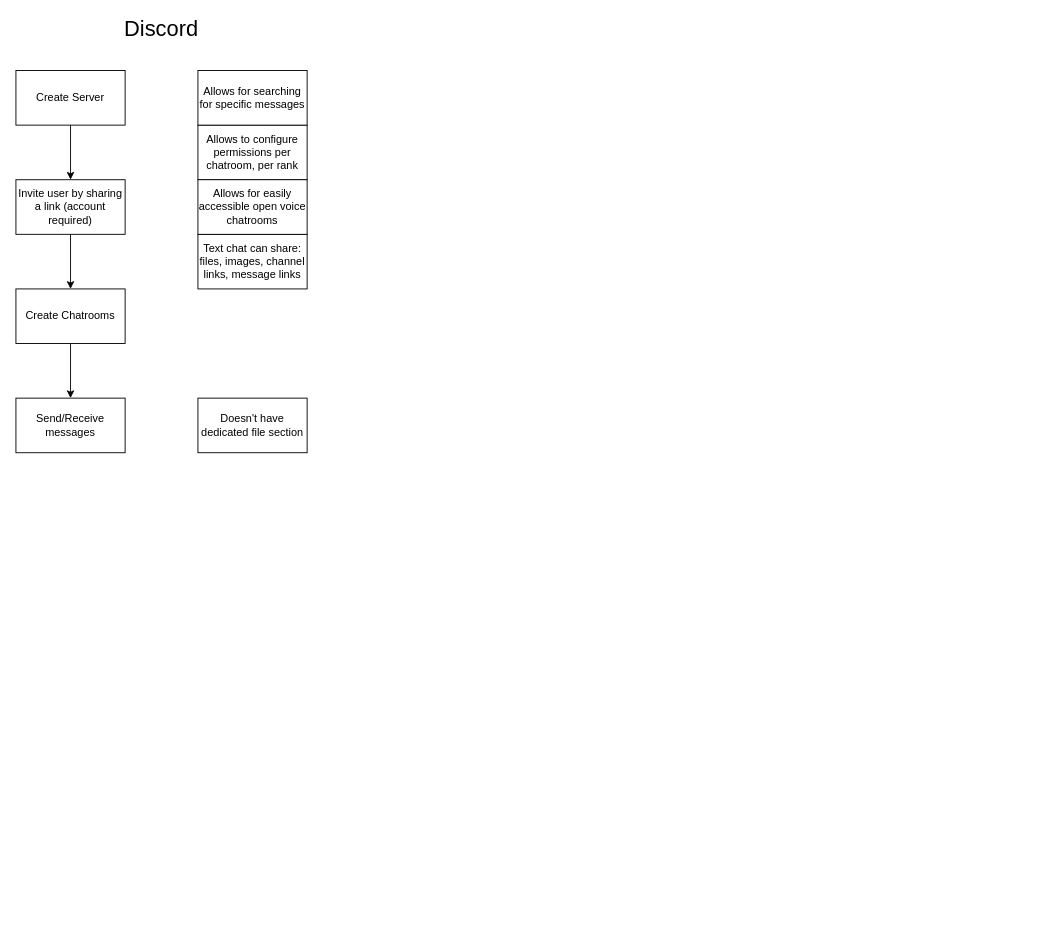
Above: internship_s8/chat_flow_diagrams.drawio in Gryfin123/diagrams_with_no_context (draw.io), before the change. Source tidied: cells renumbered, new cells numbered last; positions are measured from the earlier drawing's top-left corner, leaving out a move shared by most shapes. Both pictures are drawn from the tidied source at 91%, with x=0, y=0 at pixel (15, 15).
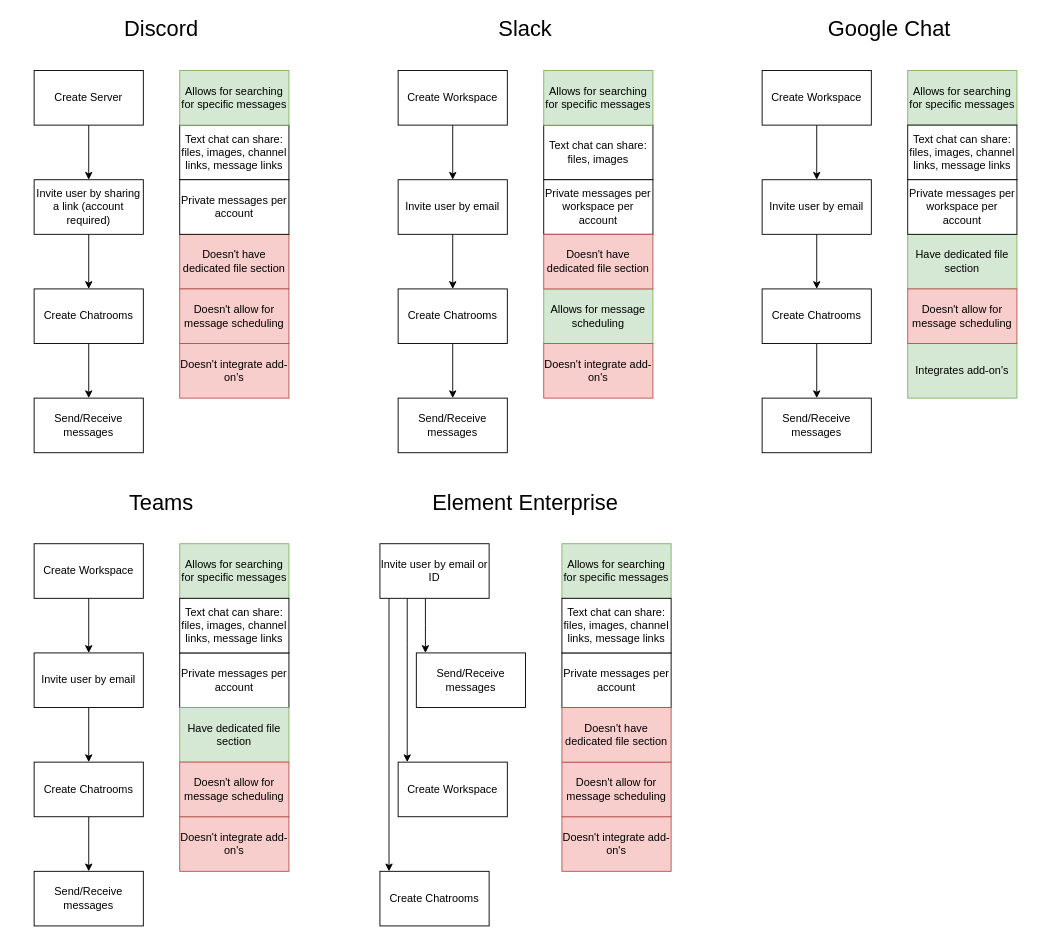
The same diagram, later.

Diff of the diagram source:
```diff
@@
     <mxCell id="3" value="Create Server" style="rounded=0;whiteSpace=wrap;html=1;" parent="1" vertex="1">
-      <mxGeometry y="60" width="120" height="60" as="geometry" />
+      <mxGeometry x="20" y="60" width="120" height="60" as="geometry" />
     </mxCell>
@@
     <mxCell id="6" value="Invite user by sharing a link (account required)" style="rounded=0;whiteSpace=wrap;html=1;" parent="1" vertex="1">
-      <mxGeometry y="180" width="120" height="60" as="geometry" />
+      <mxGeometry x="20" y="180" width="120" height="60" as="geometry" />
     </mxCell>
@@
     <mxCell id="8" value="Create Chatrooms" style="rounded=0;whiteSpace=wrap;html=1;" parent="1" vertex="1">
-      <mxGeometry y="300" width="120" height="60" as="geometry" />
+      <mxGeometry x="20" y="300" width="120" height="60" as="geometry" />
     </mxCell>
     <mxCell id="9" value="Send/Receive messages" style="rounded=0;whiteSpace=wrap;html=1;" parent="1" vertex="1">
-      <mxGeometry y="420" width="120" height="60" as="geometry" />
+      <mxGeometry x="20" y="420" width="120" height="60" as="geometry" />
     </mxCell>
-    <mxCell id="10" value="Allows to configure permissions per chatroom, per rank" style="rounded=0;whiteSpace=wrap;html=1;" parent="1" vertex="1">
-      <mxGeometry x="200" y="120" width="120" height="60" as="geometry" />
-    </mxCell>
     <mxCell id="11" value="Text chat can share: files, images, channel links, message links" style="rounded=0;whiteSpace=wrap;html=1;" parent="1" vertex="1">
-      <mxGeometry x="200" y="240" width="120" height="60" as="geometry" />
+      <mxGeometry x="180" y="120" width="120" height="60" as="geometry" />
     </mxCell>
-    <mxCell id="12" value="Allows for easily accessible open voice chatrooms" style="rounded=0;whiteSpace=wrap;html=1;" parent="1" vertex="1">
-      <mxGeometry x="200" y="180" width="120" height="60" as="geometry" />
-    </mxCell>
-    <mxCell id="13" value="Allows for searching for specific messages" style="rounded=0;whiteSpace=wrap;html=1;" parent="1" vertex="1">
-      <mxGeometry x="200" y="60" width="120" height="60" as="geometry" />
+    <mxCell id="13" value="Allows for searching for specific messages" style="rounded=0;whiteSpace=wrap;html=1;fillColor=#d5e8d4;strokeColor=#82b366;" parent="1" vertex="1">
+      <mxGeometry x="180" y="60" width="120" height="60" as="geometry" />
     </mxCell>
-    <mxCell id="14" value="Doesn't have dedicated file section" style="rounded=0;whiteSpace=wrap;html=1;" parent="1" vertex="1">
-      <mxGeometry x="200" y="420" width="120" height="60" as="geometry" />
+    <mxCell id="14" value="Doesn't have dedicated file section" style="rounded=0;whiteSpace=wrap;html=1;fillColor=#f8cecc;strokeColor=#b85450;" parent="1" vertex="1">
+      <mxGeometry x="180" y="240" width="120" height="60" as="geometry" />
     </mxCell>
+    <mxCell id="15" value="&lt;font style=&quot;font-size: 24px;&quot;&gt;Slack&lt;br&gt;&lt;/font&gt;" style="text;html=1;align=center;verticalAlign=middle;whiteSpace=wrap;rounded=0;" parent="1" vertex="1">
+      <mxGeometry x="530" width="60" height="30" as="geometry" />
+    </mxCell>
+    <mxCell id="16" style="edgeStyle=orthogonalEdgeStyle;rounded=0;jettySize=auto;html=1;" parent="1" edge="1" source="17" target="19">
+      <mxGeometry relative="1" as="geometry" />
+    </mxCell>
+    <mxCell id="17" value="Create Workspace" style="rounded=0;whiteSpace=wrap;html=1;" parent="1" vertex="1">
+      <mxGeometry x="420" y="60" width="120" height="60" as="geometry" />
+    </mxCell>
+    <mxCell id="18" style="edgeStyle=orthogonalEdgeStyle;rounded=0;jettySize=auto;html=1;" parent="1" edge="1" source="19" target="21">
+      <mxGeometry relative="1" as="geometry" />
+    </mxCell>
+    <mxCell id="19" value="Invite user by email" style="rounded=0;whiteSpace=wrap;html=1;" parent="1" vertex="1">
+      <mxGeometry x="420" y="180" width="120" height="60" as="geometry" />
+    </mxCell>
+    <mxCell id="20" style="edgeStyle=orthogonalEdgeStyle;rounded=0;jettySize=auto;html=1;" parent="1" edge="1" source="21" target="22">
+      <mxGeometry relative="1" as="geometry" />
+    </mxCell>
+    <mxCell id="21" value="Create Chatrooms" style="rounded=0;whiteSpace=wrap;html=1;" parent="1" vertex="1">
+      <mxGeometry x="420" y="300" width="120" height="60" as="geometry" />
+    </mxCell>
+    <mxCell id="22" value="Send/Receive messages" style="rounded=0;whiteSpace=wrap;html=1;" parent="1" vertex="1">
+      <mxGeometry x="420" y="420" width="120" height="60" as="geometry" />
+    </mxCell>
+    <mxCell id="23" value="Private messages per account" style="rounded=0;whiteSpace=wrap;html=1;" parent="1" vertex="1">
+      <mxGeometry x="180" y="180" width="120" height="60" as="geometry" />
+    </mxCell>
+    <mxCell id="24" value="Text chat can share: files, images" style="rounded=0;whiteSpace=wrap;html=1;" parent="1" vertex="1">
+      <mxGeometry x="580" y="120" width="120" height="60" as="geometry" />
+    </mxCell>
+    <mxCell id="25" value="Allows for searching for specific messages" style="rounded=0;whiteSpace=wrap;html=1;fillColor=#d5e8d4;strokeColor=#82b366;" parent="1" vertex="1">
+      <mxGeometry x="580" y="60" width="120" height="60" as="geometry" />
+    </mxCell>
+    <mxCell id="26" value="Private messages per workspace per account" style="rounded=0;whiteSpace=wrap;html=1;" parent="1" vertex="1">
+      <mxGeometry x="580" y="180" width="120" height="60" as="geometry" />
+    </mxCell>
+    <mxCell id="27" value="Allows for message scheduling" style="rounded=0;whiteSpace=wrap;html=1;fillColor=#d5e8d4;strokeColor=#82b366;" parent="1" vertex="1">
+      <mxGeometry x="580" y="300" width="120" height="60" as="geometry" />
+    </mxCell>
+    <mxCell id="28" value="Doesn't have dedicated file section" style="rounded=0;whiteSpace=wrap;html=1;fillColor=#f8cecc;strokeColor=#b85450;" parent="1" vertex="1">
+      <mxGeometry x="580" y="240" width="120" height="60" as="geometry" />
+    </mxCell>
+    <mxCell id="29" value="&lt;font style=&quot;font-size: 24px;&quot;&gt;Google Chat&lt;br&gt;&lt;/font&gt;" style="text;html=1;align=center;verticalAlign=middle;whiteSpace=wrap;rounded=0;" parent="1" vertex="1">
+      <mxGeometry x="800" width="320" height="30" as="geometry" />
+    </mxCell>
+    <mxCell id="30" style="edgeStyle=orthogonalEdgeStyle;rounded=0;jettySize=auto;html=1;" parent="1" edge="1" source="31" target="33">
+      <mxGeometry relative="1" as="geometry" />
+    </mxCell>
+    <mxCell id="31" value="Create Workspace" style="rounded=0;whiteSpace=wrap;html=1;" parent="1" vertex="1">
+      <mxGeometry x="820" y="60" width="120" height="60" as="geometry" />
+    </mxCell>
+    <mxCell id="32" style="edgeStyle=orthogonalEdgeStyle;rounded=0;jettySize=auto;html=1;" parent="1" edge="1" source="33" target="35">
+      <mxGeometry relative="1" as="geometry" />
+    </mxCell>
+    <mxCell id="33" value="Invite user by email" style="rounded=0;whiteSpace=wrap;html=1;" parent="1" vertex="1">
+      <mxGeometry x="820" y="180" width="120" height="60" as="geometry" />
+    </mxCell>
+    <mxCell id="34" style="edgeStyle=orthogonalEdgeStyle;rounded=0;jettySize=auto;html=1;" parent="1" edge="1" source="35" target="36">
+      <mxGeometry relative="1" as="geometry" />
+    </mxCell>
+    <mxCell id="35" value="Create Chatrooms" style="rounded=0;whiteSpace=wrap;html=1;" parent="1" vertex="1">
+      <mxGeometry x="820" y="300" width="120" height="60" as="geometry" />
+    </mxCell>
+    <mxCell id="36" value="Send/Receive messages" style="rounded=0;whiteSpace=wrap;html=1;" parent="1" vertex="1">
+      <mxGeometry x="820" y="420" width="120" height="60" as="geometry" />
+    </mxCell>
+    <mxCell id="37" value="Allows for searching for specific messages" style="rounded=0;whiteSpace=wrap;html=1;fillColor=#d5e8d4;strokeColor=#82b366;" parent="1" vertex="1">
+      <mxGeometry x="980" y="60" width="120" height="60" as="geometry" />
+    </mxCell>
+    <mxCell id="38" value="Have dedicated file section" style="rounded=0;whiteSpace=wrap;html=1;fillColor=#d5e8d4;strokeColor=#82b366;" parent="1" vertex="1">
+      <mxGeometry x="980" y="240" width="120" height="60" as="geometry" />
+    </mxCell>
+    <mxCell id="39" value="Integrates add-on's" style="rounded=0;whiteSpace=wrap;html=1;fillColor=#d5e8d4;strokeColor=#82b366;" parent="1" vertex="1">
+      <mxGeometry x="980" y="360" width="120" height="60" as="geometry" />
+    </mxCell>
+    <mxCell id="40" value="&lt;font style=&quot;font-size: 24px;&quot;&gt;Teams&lt;br&gt;&lt;/font&gt;" style="text;html=1;align=center;verticalAlign=middle;whiteSpace=wrap;rounded=0;" parent="1" vertex="1">
+      <mxGeometry y="520" width="320" height="30" as="geometry" />
+    </mxCell>
+    <mxCell id="41" style="edgeStyle=orthogonalEdgeStyle;rounded=0;jettySize=auto;html=1;" parent="1" edge="1" source="42" target="44">
+      <mxGeometry relative="1" as="geometry" />
+    </mxCell>
+    <mxCell id="42" value="Create Workspace" style="rounded=0;whiteSpace=wrap;html=1;" parent="1" vertex="1">
+      <mxGeometry x="20" y="580" width="120" height="60" as="geometry" />
+    </mxCell>
+    <mxCell id="43" style="edgeStyle=orthogonalEdgeStyle;rounded=0;jettySize=auto;html=1;" parent="1" edge="1" source="44" target="46">
+      <mxGeometry relative="1" as="geometry" />
+    </mxCell>
+    <mxCell id="44" value="Invite user by email" style="rounded=0;whiteSpace=wrap;html=1;" parent="1" vertex="1">
+      <mxGeometry x="20" y="700" width="120" height="60" as="geometry" />
+    </mxCell>
+    <mxCell id="45" style="edgeStyle=orthogonalEdgeStyle;rounded=0;jettySize=auto;html=1;" parent="1" edge="1" source="46" target="47">
+      <mxGeometry relative="1" as="geometry" />
+    </mxCell>
+    <mxCell id="46" value="Create Chatrooms" style="rounded=0;whiteSpace=wrap;html=1;" parent="1" vertex="1">
+      <mxGeometry x="20" y="820" width="120" height="60" as="geometry" />
+    </mxCell>
+    <mxCell id="47" value="Send/Receive messages" style="rounded=0;whiteSpace=wrap;html=1;" parent="1" vertex="1">
+      <mxGeometry x="20" y="940" width="120" height="60" as="geometry" />
+    </mxCell>
+    <mxCell id="48" value="Allows for searching for specific messages" style="rounded=0;whiteSpace=wrap;html=1;fillColor=#d5e8d4;strokeColor=#82b366;" parent="1" vertex="1">
+      <mxGeometry x="180" y="580" width="120" height="60" as="geometry" />
+    </mxCell>
+    <mxCell id="49" value="Private messages per account" style="rounded=0;whiteSpace=wrap;html=1;" parent="1" vertex="1">
+      <mxGeometry x="180" y="700" width="120" height="60" as="geometry" />
+    </mxCell>
+    <mxCell id="50" value="Have dedicated file section" style="rounded=0;whiteSpace=wrap;html=1;fillColor=#d5e8d4;strokeColor=#82b366;" parent="1" vertex="1">
+      <mxGeometry x="180" y="760" width="120" height="60" as="geometry" />
+    </mxCell>
+    <mxCell id="51" value="Doesn't integrate&amp;nbsp;add-on's" style="rounded=0;whiteSpace=wrap;html=1;fillColor=#f8cecc;strokeColor=#b85450;" parent="1" vertex="1">
+      <mxGeometry x="180" y="880" width="120" height="60" as="geometry" />
+    </mxCell>
+    <mxCell id="52" value="Doesn't allow for message scheduling" style="rounded=0;whiteSpace=wrap;html=1;fillColor=#f8cecc;strokeColor=#b85450;" parent="1" vertex="1">
+      <mxGeometry x="180" y="300" width="120" height="60" as="geometry" />
+    </mxCell>
+    <mxCell id="53" value="Doesn't allow for message scheduling" style="rounded=0;whiteSpace=wrap;html=1;fillColor=#f8cecc;strokeColor=#b85450;" parent="1" vertex="1">
+      <mxGeometry x="980" y="300" width="120" height="60" as="geometry" />
+    </mxCell>
+    <mxCell id="54" value="Doesn't allow for message scheduling" style="rounded=0;whiteSpace=wrap;html=1;fillColor=#f8cecc;strokeColor=#b85450;" parent="1" vertex="1">
+      <mxGeometry x="180" y="820" width="120" height="60" as="geometry" />
+    </mxCell>
+    <mxCell id="55" value="Doesn't integrate&amp;nbsp;add-on's" style="rounded=0;whiteSpace=wrap;html=1;fillColor=#f8cecc;strokeColor=#b85450;" parent="1" vertex="1">
+      <mxGeometry x="580" y="360" width="120" height="60" as="geometry" />
+    </mxCell>
+    <mxCell id="56" value="Doesn't integrate&amp;nbsp;add-on's" style="rounded=0;whiteSpace=wrap;html=1;fillColor=#f8cecc;strokeColor=#b85450;" parent="1" vertex="1">
+      <mxGeometry x="180" y="360" width="120" height="60" as="geometry" />
+    </mxCell>
+    <mxCell id="57" value="Text chat can share: files, images, channel links, message links" style="rounded=0;whiteSpace=wrap;html=1;" parent="1" vertex="1">
+      <mxGeometry x="980" y="120" width="120" height="60" as="geometry" />
+    </mxCell>
+    <mxCell id="58" value="Text chat can share: files, images, channel links, message links" style="rounded=0;whiteSpace=wrap;html=1;" parent="1" vertex="1">
+      <mxGeometry x="180" y="640" width="120" height="60" as="geometry" />
+    </mxCell>
+    <mxCell id="59" value="Private messages per workspace per account" style="rounded=0;whiteSpace=wrap;html=1;" parent="1" vertex="1">
+      <mxGeometry x="980" y="180" width="120" height="60" as="geometry" />
+    </mxCell>
+    <mxCell id="60" value="&lt;font style=&quot;font-size: 24px;&quot;&gt;Element Enterprise&lt;br&gt;&lt;/font&gt;" style="text;html=1;align=center;verticalAlign=middle;whiteSpace=wrap;rounded=0;" parent="1" vertex="1">
+      <mxGeometry x="400" y="520" width="320" height="30" as="geometry" />
+    </mxCell>
+    <mxCell id="61" value="Create Workspace" style="rounded=0;whiteSpace=wrap;html=1;" parent="1" vertex="1">
+      <mxGeometry x="420" y="820" width="120" height="60" as="geometry" />
+    </mxCell>
+    <mxCell id="62" style="edgeStyle=orthogonalEdgeStyle;rounded=0;jettySize=auto;html=1;" parent="1" edge="1" source="65" target="67">
+      <mxGeometry relative="1" as="geometry">
+        <Array as="points">
+          <mxPoint x="450" y="670" />
+          <mxPoint x="450" y="670" />
+        </Array>
+      </mxGeometry>
+    </mxCell>
+    <mxCell id="63" style="edgeStyle=orthogonalEdgeStyle;rounded=0;jettySize=auto;html=1;" parent="1" edge="1" source="65" target="61">
+      <mxGeometry relative="1" as="geometry">
+        <Array as="points">
+          <mxPoint x="430" y="690" />
+          <mxPoint x="430" y="690" />
+        </Array>
+      </mxGeometry>
+    </mxCell>
+    <mxCell id="64" style="edgeStyle=orthogonalEdgeStyle;rounded=0;jettySize=auto;html=1;" parent="1" edge="1" source="65" target="66">
+      <mxGeometry relative="1" as="geometry">
+        <Array as="points">
+          <mxPoint x="410" y="790" />
+          <mxPoint x="410" y="790" />
+        </Array>
+      </mxGeometry>
+    </mxCell>
+    <mxCell id="65" value="Invite user by email or ID" style="rounded=0;whiteSpace=wrap;html=1;" parent="1" vertex="1">
+      <mxGeometry x="400" y="580" width="120" height="60" as="geometry" />
+    </mxCell>
+    <mxCell id="66" value="Create Chatrooms" style="rounded=0;whiteSpace=wrap;html=1;" parent="1" vertex="1">
+      <mxGeometry x="400" y="940" width="120" height="60" as="geometry" />
+    </mxCell>
+    <mxCell id="67" value="Send/Receive messages" style="rounded=0;whiteSpace=wrap;html=1;" parent="1" vertex="1">
+      <mxGeometry x="440" y="700" width="120" height="60" as="geometry" />
+    </mxCell>
+    <mxCell id="68" value="Allows for searching for specific messages" style="rounded=0;whiteSpace=wrap;html=1;fillColor=#d5e8d4;strokeColor=#82b366;" parent="1" vertex="1">
+      <mxGeometry x="600" y="580" width="120" height="60" as="geometry" />
+    </mxCell>
+    <mxCell id="69" value="Private messages per account" style="rounded=0;whiteSpace=wrap;html=1;" parent="1" vertex="1">
+      <mxGeometry x="600" y="700" width="120" height="60" as="geometry" />
+    </mxCell>
+    <mxCell id="70" value="Doesn't integrate&amp;nbsp;add-on's" style="rounded=0;whiteSpace=wrap;html=1;fillColor=#f8cecc;strokeColor=#b85450;" parent="1" vertex="1">
+      <mxGeometry x="600" y="880" width="120" height="60" as="geometry" />
+    </mxCell>
+    <mxCell id="71" value="Doesn't allow for message scheduling" style="rounded=0;whiteSpace=wrap;html=1;fillColor=#f8cecc;strokeColor=#b85450;" parent="1" vertex="1">
+      <mxGeometry x="600" y="820" width="120" height="60" as="geometry" />
+    </mxCell>
+    <mxCell id="72" value="Text chat can share: files, images, channel links, message links" style="rounded=0;whiteSpace=wrap;html=1;" parent="1" vertex="1">
+      <mxGeometry x="600" y="640" width="120" height="60" as="geometry" />
+    </mxCell>
+    <mxCell id="73" value="Doesn't have dedicated file section" style="rounded=0;whiteSpace=wrap;html=1;fillColor=#f8cecc;strokeColor=#b85450;" parent="1" vertex="1">
+      <mxGeometry x="600" y="760" width="120" height="60" as="geometry" />
+    </mxCell>
```
